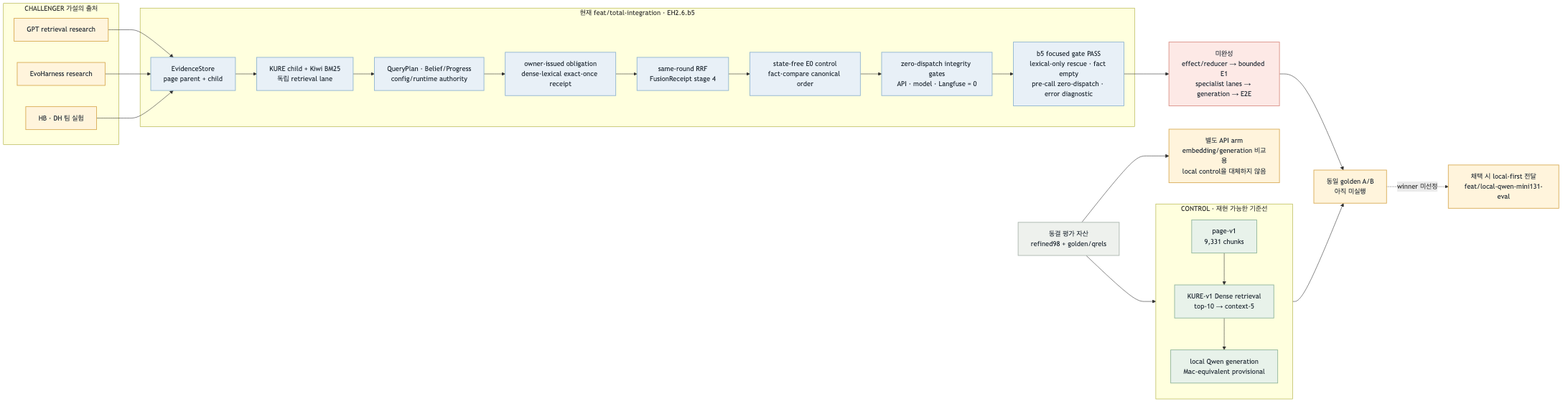
This is fivecircles/architecture/specs/evidence-harness-progress-current-flow.png from KongSeok/sprint-public-procurement-rag-assistant, a Mermaid export, as it was before one commit. Its source is kept beside it as fivecircles/architecture/specs/evidence-harness-progress-current-flow.mmd.
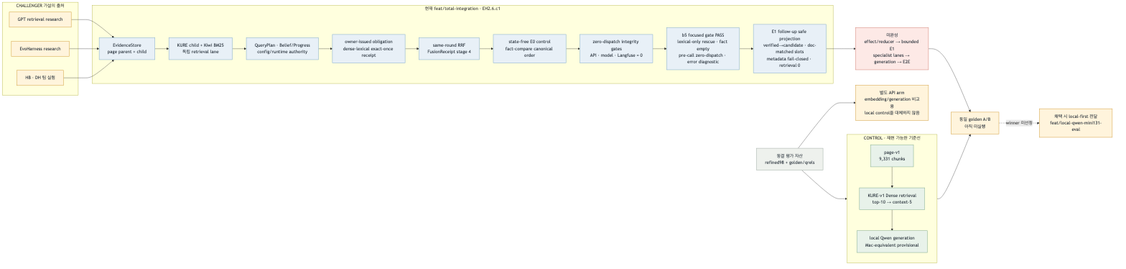
After the commit.

Change to the diagram source:
```diff
@@ -16,7 +16,7 @@
     R3["HB · DH 팀 실험"]
   end
 
-  subgraph BUILD["현재 feat/total-integration · EH2.6.b5"]
+  subgraph BUILD["현재 feat/total-integration · EH2.6.c1"]
     C1["EvidenceStore<br/>page parent + child"]
     C2["KURE child + Kiwi BM25<br/>독립 retrieval lane"]
     C3["QueryPlan · Belief/Progress<br/>config/runtime authority"]
@@ -25,7 +25,8 @@
     C6["state-free E0 control<br/>fact·compare canonical order"]
     C7["zero-dispatch integrity gates<br/>API · model · Langfuse = 0"]
     C8["b5 focused gate PASS<br/>lexical-only rescue · fact empty<br/>pre-call zero-dispatch · error diagnostic"]
-    C1 --> C2 --> C3 --> C4 --> C5 --> C6 --> C7 --> C8
+    C9["E1 follow-up safe projection<br/>verified→candidate · doc-matched slots<br/>metadata fail-closed · retrieval 0"]
+    C1 --> C2 --> C3 --> C4 --> C5 --> C6 --> C7 --> C8 --> C9
   end
 
   GAP["미완성<br/>effect/reducer → bounded E1<br/>specialist lanes → generation → E2E"]
@@ -37,7 +38,7 @@
   R1 --> C1
   R2 --> C1
   R3 --> C1
-  C8 --> GAP --> SELECT
+  C9 --> GAP --> SELECT
   CONTROL --> SELECT
   SELECT -. "winner 미선정" .-> LOCAL
 
@@ -47,7 +48,7 @@
   classDef red fill:#fde9e6,stroke:#d98e84,color:#1f2933,stroke-width:1.5px
   classDef gray fill:#eef1ed,stroke:#aab5ad,color:#1f2933,stroke-width:1.5px
   class B1,B2,B3 green
-  class C1,C2,C3,C4,C5,C6,C7,C8 blue
+  class C1,C2,C3,C4,C5,C6,C7,C8,C9 blue
   class GOLD gray
   class R1,R2,R3,API amber
   class GAP red
```
